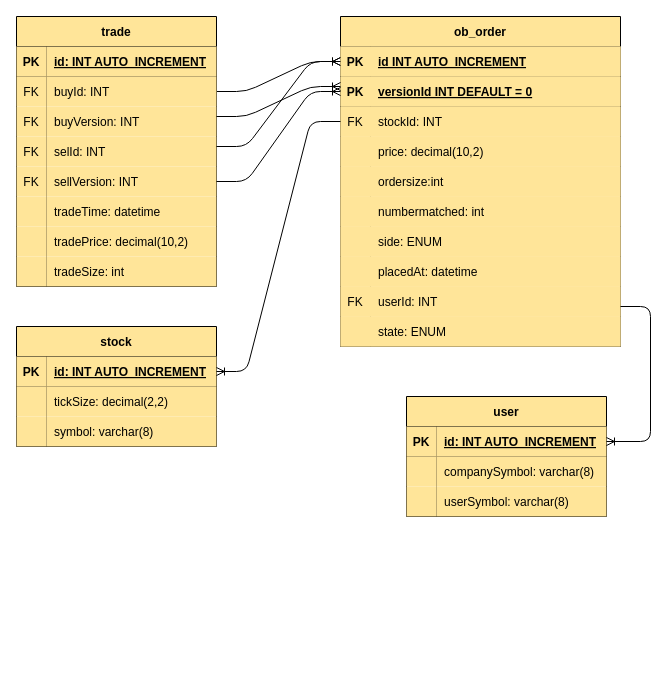
This is page "ERD" (2 of 2) of FlowChart and ERD-.drawio from utku-aydin/orderbook, a draw.io file, before an edit. Source tidied: cells renumbered, new cells numbered last; positions are measured from the earlier drawing's top-left corner, leaving out a move shared by most shapes. Both pictures are drawn from the tidied source at 100%, with x=0, y=0 at pixel (16, 16).
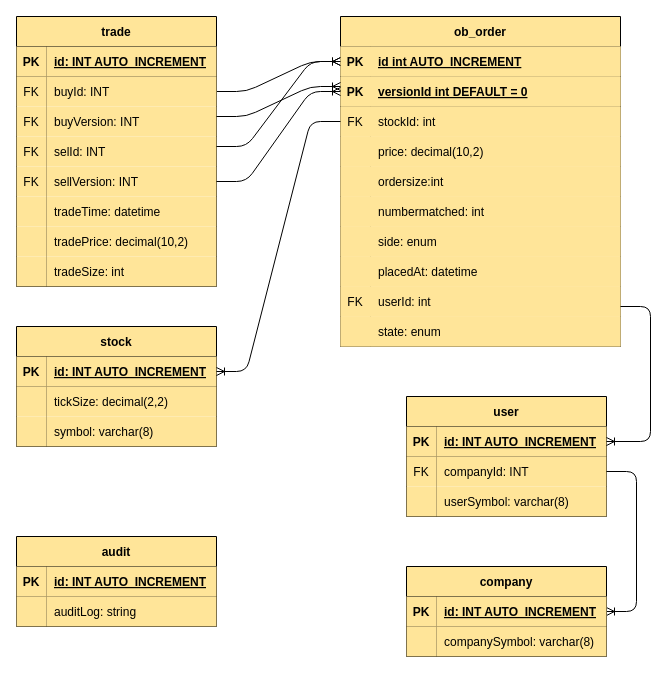
The same page after the edit.

Unchanged cells that the change refers to:
```xml
<mxCell id="29" style="shape=partialRectangle;fillColor=#FFE599;top=0;left=0;bottom=1;right=0;points=[[0,0.5],[1,0.5]];portConstraint=eastwest;strokeColor=#000000;" parent="28" vertex="1">
  <mxGeometry y="30" width="280" height="30" as="geometry" />
</mxCell>
<mxCell id="32" style="shape=partialRectangle;fillColor=#FFE599;top=0;left=0;bottom=1;right=0;points=[[0,0.5],[1,0.5]];portConstraint=eastwest;strokeColor=#000000;" parent="28" vertex="1">
  <mxGeometry y="60" width="280" height="30" as="geometry" />
</mxCell>
<mxCell id="35" style="shape=partialRectangle;fillColor=#FFE599;top=0;left=0;bottom=0;right=0;points=[[0,0.5],[1,0.5]];portConstraint=eastwest;strokeColor=#000000;" parent="28" vertex="1">
  <mxGeometry y="90" width="280" height="30" as="geometry" />
</mxCell>
<mxCell id="47" style="shape=partialRectangle;fillColor=#FFE599;top=0;left=0;bottom=0;right=0;strokeColor=#000000;" parent="28" vertex="1">
  <mxGeometry y="210" width="280" height="30" as="geometry" />
</mxCell>
<mxCell id="53" style="shape=partialRectangle;fillColor=#FFE599;top=0;left=0;bottom=0;right=0;strokeColor=#000000;" parent="28" vertex="1">
  <mxGeometry y="270" width="280" height="30" as="geometry" />
</mxCell>
<mxCell id="56" style="shape=partialRectangle;fillColor=#FFE599;top=0;left=0;bottom=0;right=0;strokeColor=#000000;" parent="28" vertex="1">
  <mxGeometry y="300" width="280" height="30" as="geometry" />
</mxCell>
<mxCell id="77" style="shape=partialRectangle;fillColor=none;top=0;left=0;bottom=0;right=0;points=[[0,0.5],[1,0.5]];portConstraint=eastwest;strokeColor=#000000;" parent="73" vertex="1">
  <mxGeometry y="60" width="200" height="30" as="geometry" />
</mxCell>
```

Diff of the diagram source:
```diff
@@
-    <mxCell id="31" value="id INT AUTO_INCREMENT" style="shape=partialRectangle;fillColor=#FFE599;top=0;left=0;bottom=0;right=0;align=left;spacingLeft=6;fontStyle=5;overflow=hidden;strokeColor=#000000;" parent="29" vertex="1">
+    <mxCell id="31" value="id int AUTO_INCREMENT" style="shape=partialRectangle;fillColor=#FFE599;top=0;left=0;bottom=0;right=0;align=left;spacingLeft=6;fontStyle=5;overflow=hidden;strokeColor=#000000;" parent="29" vertex="1">
       <mxGeometry x="30" width="250" height="30" as="geometry" />
     </mxCell>
@@
-    <mxCell id="34" value="versionId INT DEFAULT = 0" style="shape=partialRectangle;fillColor=#FFE599;top=0;left=0;bottom=0;right=0;align=left;spacingLeft=6;fontStyle=5;overflow=hidden;strokeColor=#000000;" parent="32" vertex="1">
+    <mxCell id="34" value="versionId int DEFAULT = 0" style="shape=partialRectangle;fillColor=#FFE599;top=0;left=0;bottom=0;right=0;align=left;spacingLeft=6;fontStyle=5;overflow=hidden;strokeColor=#000000;" parent="32" vertex="1">
       <mxGeometry x="30" width="250" height="30" as="geometry" />
     </mxCell>
@@
-    <mxCell id="37" value="stockId: INT" style="shape=partialRectangle;fillColor=#FFE599;top=0;left=0;bottom=0;right=0;align=left;spacingLeft=6;overflow=hidden;strokeColor=#000000;" parent="35" vertex="1">
+    <mxCell id="37" value="stockId: int" style="shape=partialRectangle;fillColor=#FFE599;top=0;left=0;bottom=0;right=0;align=left;spacingLeft=6;overflow=hidden;strokeColor=#000000;" parent="35" vertex="1">
       <mxGeometry x="30" width="250" height="30" as="geometry" />
     </mxCell>
@@
-    <mxCell id="49" value="side: ENUM" style="shape=partialRectangle;fillColor=#FFE599;top=0;left=0;bottom=0;right=0;align=left;spacingLeft=6;overflow=hidden;strokeColor=#000000;" parent="47" vertex="1">
+    <mxCell id="49" value="side: enum" style="shape=partialRectangle;fillColor=#FFE599;top=0;left=0;bottom=0;right=0;align=left;spacingLeft=6;overflow=hidden;strokeColor=#000000;" parent="47" vertex="1">
       <mxGeometry x="30" width="250" height="30" as="geometry" />
     </mxCell>
@@
-    <mxCell id="55" value="userId: INT" style="shape=partialRectangle;fillColor=#FFE599;top=0;left=0;bottom=0;right=0;align=left;spacingLeft=6;overflow=hidden;strokeColor=#000000;" parent="53" vertex="1">
+    <mxCell id="55" value="userId: int" style="shape=partialRectangle;fillColor=#FFE599;top=0;left=0;bottom=0;right=0;align=left;spacingLeft=6;overflow=hidden;strokeColor=#000000;" parent="53" vertex="1">
       <mxGeometry x="30" width="250" height="30" as="geometry" />
     </mxCell>
@@
-    <mxCell id="58" value="state: ENUM" style="shape=partialRectangle;fillColor=#FFE599;top=0;left=0;bottom=0;right=0;align=left;spacingLeft=6;overflow=hidden;strokeColor=#000000;" parent="56" vertex="1">
+    <mxCell id="58" value="state: enum" style="shape=partialRectangle;fillColor=#FFE599;top=0;left=0;bottom=0;right=0;align=left;spacingLeft=6;overflow=hidden;strokeColor=#000000;" parent="56" vertex="1">
       <mxGeometry x="30" width="250" height="30" as="geometry" />
     </mxCell>
@@
-    <mxCell id="78" style="shape=partialRectangle;fillColor=#FFE599;top=0;left=0;bottom=0;right=0;overflow=hidden;strokeColor=#000000;" parent="77" vertex="1">
+    <mxCell id="78" value="FK" style="shape=partialRectangle;fillColor=#FFE599;top=0;left=0;bottom=0;right=0;overflow=hidden;strokeColor=#000000;" parent="77" vertex="1">
       <mxGeometry width="30" height="30" as="geometry" />
     </mxCell>
-    <mxCell id="79" value="companySymbol: varchar(8)" style="shape=partialRectangle;fillColor=#FFE599;top=0;left=0;bottom=0;right=0;align=left;spacingLeft=6;overflow=hidden;strokeColor=#000000;" parent="77" vertex="1">
+    <mxCell id="79" value="companyId: INT" style="shape=partialRectangle;fillColor=#FFE599;top=0;left=0;bottom=0;right=0;align=left;spacingLeft=6;overflow=hidden;strokeColor=#000000;" parent="77" vertex="1">
       <mxGeometry x="30" width="170" height="30" as="geometry" />
     </mxCell>
@@
+    <mxCell id="84" style="edgeStyle=entityRelationEdgeStyle;fontSize=12;html=1;endArrow=ERoneToMany;" parent="1" edge="1" source="77" target="86">
+      <mxGeometry relative="1" as="geometry" />
+    </mxCell>
+    <mxCell id="85" value="company" style="shape=table;startSize=30;childLayout=tableLayout;rowLines=0;fontStyle=1;align=center;fillColor=#FFE599;strokeColor=#000000;" parent="1" vertex="1">
+      <mxGeometry x="390" y="550" width="200" height="90" as="geometry" />
+    </mxCell>
+    <mxCell id="86" style="shape=partialRectangle;fillColor=none;top=0;left=0;bottom=1;right=0;points=[[0,0.5],[1,0.5]];portConstraint=eastwest;strokeColor=#000000;" parent="85" vertex="1">
+      <mxGeometry y="30" width="200" height="30" as="geometry" />
+    </mxCell>
+    <mxCell id="87" value="PK" style="shape=partialRectangle;fillColor=#FFE599;top=0;left=0;bottom=0;right=0;fontStyle=1;overflow=hidden;strokeColor=#000000;" parent="86" vertex="1">
+      <mxGeometry width="30" height="30" as="geometry" />
+    </mxCell>
+    <mxCell id="88" value="id: INT AUTO_INCREMENT" style="shape=partialRectangle;fillColor=#FFE599;top=0;left=0;bottom=0;right=0;align=left;spacingLeft=6;fontStyle=5;overflow=hidden;strokeColor=#000000;" parent="86" vertex="1">
+      <mxGeometry x="30" width="170" height="30" as="geometry" />
+    </mxCell>
+    <mxCell id="89" style="shape=partialRectangle;fillColor=none;top=0;left=0;bottom=0;right=0;strokeColor=#000000;" parent="85" vertex="1">
+      <mxGeometry y="60" width="200" height="30" as="geometry" />
+    </mxCell>
+    <mxCell id="90" style="shape=partialRectangle;fillColor=#FFE599;top=0;left=0;bottom=0;right=0;overflow=hidden;strokeColor=#000000;" parent="89" vertex="1">
+      <mxGeometry width="30" height="30" as="geometry" />
+    </mxCell>
+    <mxCell id="91" value="companySymbol: varchar(8)" style="shape=partialRectangle;fillColor=#FFE599;top=0;left=0;bottom=0;right=0;align=left;spacingLeft=6;overflow=hidden;strokeColor=#000000;" parent="89" vertex="1">
+      <mxGeometry x="30" width="170" height="30" as="geometry" />
+    </mxCell>
+    <mxCell id="92" value="audit" style="shape=table;startSize=30;childLayout=tableLayout;rowLines=0;fontStyle=1;align=center;fillColor=#FFE599;strokeColor=#000000;" parent="1" vertex="1">
+      <mxGeometry y="520" width="200" height="90" as="geometry" />
+    </mxCell>
+    <mxCell id="93" style="shape=partialRectangle;fillColor=none;top=0;left=0;bottom=1;right=0;strokeColor=#000000;" parent="92" vertex="1">
+      <mxGeometry y="30" width="200" height="30" as="geometry" />
+    </mxCell>
+    <mxCell id="94" value="PK" style="shape=partialRectangle;fillColor=#FFE599;top=0;left=0;bottom=0;right=0;fontStyle=1;overflow=hidden;strokeColor=#000000;" parent="93" vertex="1">
+      <mxGeometry width="30" height="30" as="geometry" />
+    </mxCell>
+    <mxCell id="95" value="id: INT AUTO_INCREMENT" style="shape=partialRectangle;fillColor=#FFE599;top=0;left=0;bottom=0;right=0;align=left;spacingLeft=6;fontStyle=5;overflow=hidden;strokeColor=#000000;" parent="93" vertex="1">
+      <mxGeometry x="30" width="170" height="30" as="geometry" />
+    </mxCell>
+    <mxCell id="96" style="shape=partialRectangle;fillColor=none;top=0;left=0;bottom=0;right=0;strokeColor=#000000;" parent="92" vertex="1">
+      <mxGeometry y="60" width="200" height="30" as="geometry" />
+    </mxCell>
+    <mxCell id="97" style="shape=partialRectangle;fillColor=#FFE599;top=0;left=0;bottom=0;right=0;overflow=hidden;strokeColor=#000000;" parent="96" vertex="1">
+      <mxGeometry width="30" height="30" as="geometry" />
+    </mxCell>
+    <mxCell id="98" value="auditLog: string" style="shape=partialRectangle;fillColor=#FFE599;top=0;left=0;bottom=0;right=0;align=left;spacingLeft=6;overflow=hidden;strokeColor=#000000;" parent="96" vertex="1">
+      <mxGeometry x="30" width="170" height="30" as="geometry" />
+    </mxCell>
```
